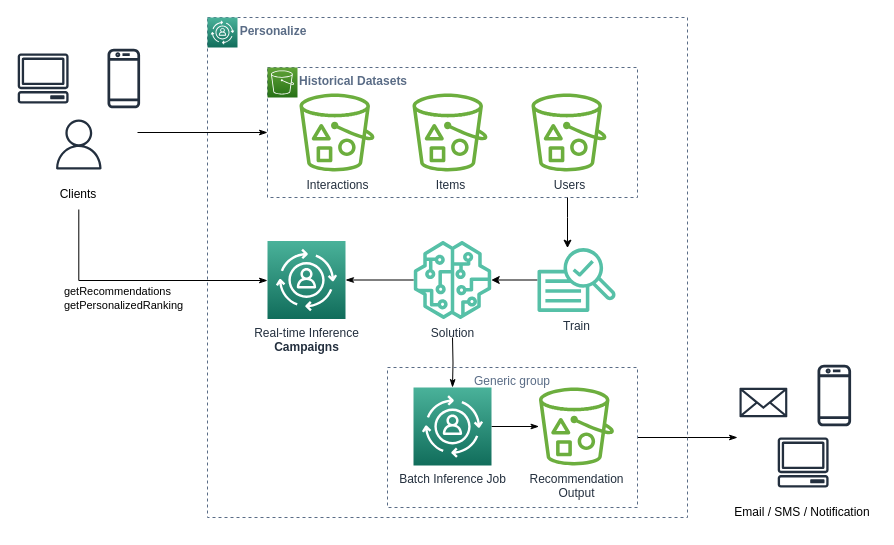
Above: Personalize MLOps Architecture.drawio in tienlenan/datahub_design (draw.io), before the change. Source tidied: cells renumbered, new cells numbered last; positions are measured from the earlier drawing's top-left corner, leaving out a move shared by most shapes. Both pictures are drawn from the tidied source at 100%, with x=0, y=0 at pixel (17, 17).
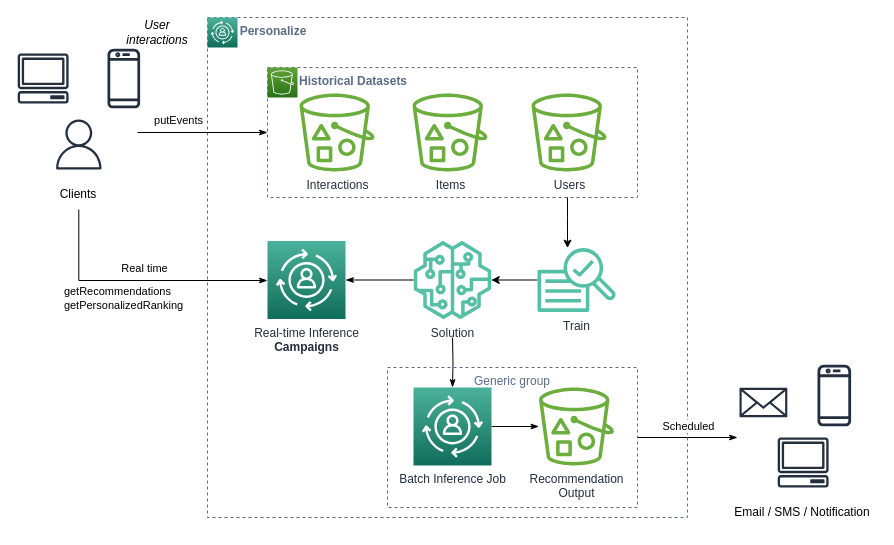
Above is the later version.

The change refers to these unchanged cells:
```xml
<mxCell id="23" style="edgeStyle=orthogonalEdgeStyle;rounded=0;jettySize=auto;html=1;endArrow=none;endFill=0;startArrow=classicThin;startFill=1;" parent="1" edge="1" source="7">
  <mxGeometry relative="1" as="geometry">
    <mxPoint x="120" y="115" as="targetPoint" />
  </mxGeometry>
</mxCell>
<mxCell id="27" style="edgeStyle=orthogonalEdgeStyle;rounded=0;jettySize=auto;html=1;startArrow=none;startFill=0;endArrow=classicThin;endFill=1;exitX=0.5;exitY=1;exitDx=0;exitDy=0;" parent="1" edge="1" source="22" target="16">
  <mxGeometry relative="1" as="geometry">
    <Array as="points">
      <mxPoint x="61" y="263" />
    </Array>
  </mxGeometry>
</mxCell>
<mxCell id="33" style="edgeStyle=orthogonalEdgeStyle;rounded=0;jettySize=auto;html=1;fontColor=none;startArrow=none;startFill=0;endArrow=classicThin;endFill=1;" parent="1" edge="1" source="34">
  <mxGeometry relative="1" as="geometry">
    <mxPoint x="720" y="420" as="targetPoint" />
  </mxGeometry>
</mxCell>
```

Change to the diagram source:
```diff
@@
+    <mxCell id="36" value="putEvents" style="edgeLabel;html=1;align=center;verticalAlign=middle;" parent="23" vertex="1">
+      <mxGeometry x="0.18" y="3" relative="1" as="geometry">
+        <mxPoint x="-13" y="-16" as="offset" />
+      </mxGeometry>
+    </mxCell>
@@
+    <mxCell id="37" value="Real time" style="edgeLabel;html=1;align=center;verticalAlign=middle;" parent="27" vertex="1">
+      <mxGeometry x="0.05" y="1" relative="1" as="geometry">
+        <mxPoint y="-12" as="offset" />
+      </mxGeometry>
+    </mxCell>
@@
+    <mxCell id="38" value="Scheduled" style="edgeLabel;html=1;align=center;verticalAlign=middle;" parent="33" vertex="1">
+      <mxGeometry x="-0.28" y="1" relative="1" as="geometry">
+        <mxPoint x="14" y="-11" as="offset" />
+      </mxGeometry>
+    </mxCell>
@@
+    <mxCell id="39" value="&lt;i&gt;User interactions&lt;/i&gt;" style="text;html=1;strokeColor=none;fillColor=none;align=center;verticalAlign=middle;whiteSpace=wrap;rounded=0;" parent="1" vertex="1">
+      <mxGeometry x="110" width="60" height="30" as="geometry" />
+    </mxCell>
```
